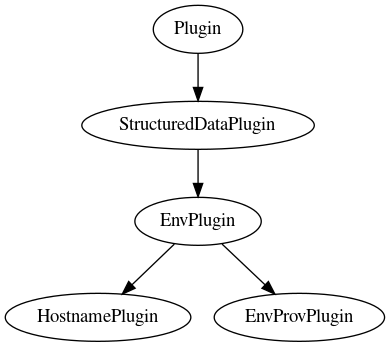
This is dsi/plugins/dot/PluginClassHierarchy.gv.png from lanl/dsi, a Graphviz export, as it was before one commit. Its source is kept beside it as dsi/plugins/dot/PluginClassHierarchy.gv.
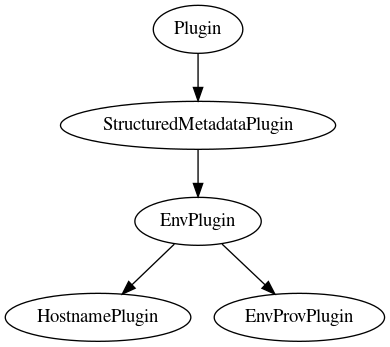
The same diagram one commit later.

Change to the diagram source:
```diff
@@ -1,13 +1,11 @@
 strict digraph PluginClassHierarchy {
 	Plugin
-	StructuredDataPlugin
-	Plugin -> StructuredDataPlugin
+	StructuredMetadataPlugin
+	Plugin -> StructuredMetadataPlugin
 	EnvPlugin
-	StructuredDataPlugin -> EnvPlugin
+	StructuredMetadataPlugin -> EnvPlugin
 	HostnamePlugin
 	EnvPlugin -> HostnamePlugin
 	EnvProvPlugin
 	EnvPlugin -> EnvProvPlugin
-	StructuredDataPlugin
-	Plugin -> StructuredDataPlugin
 }
```
